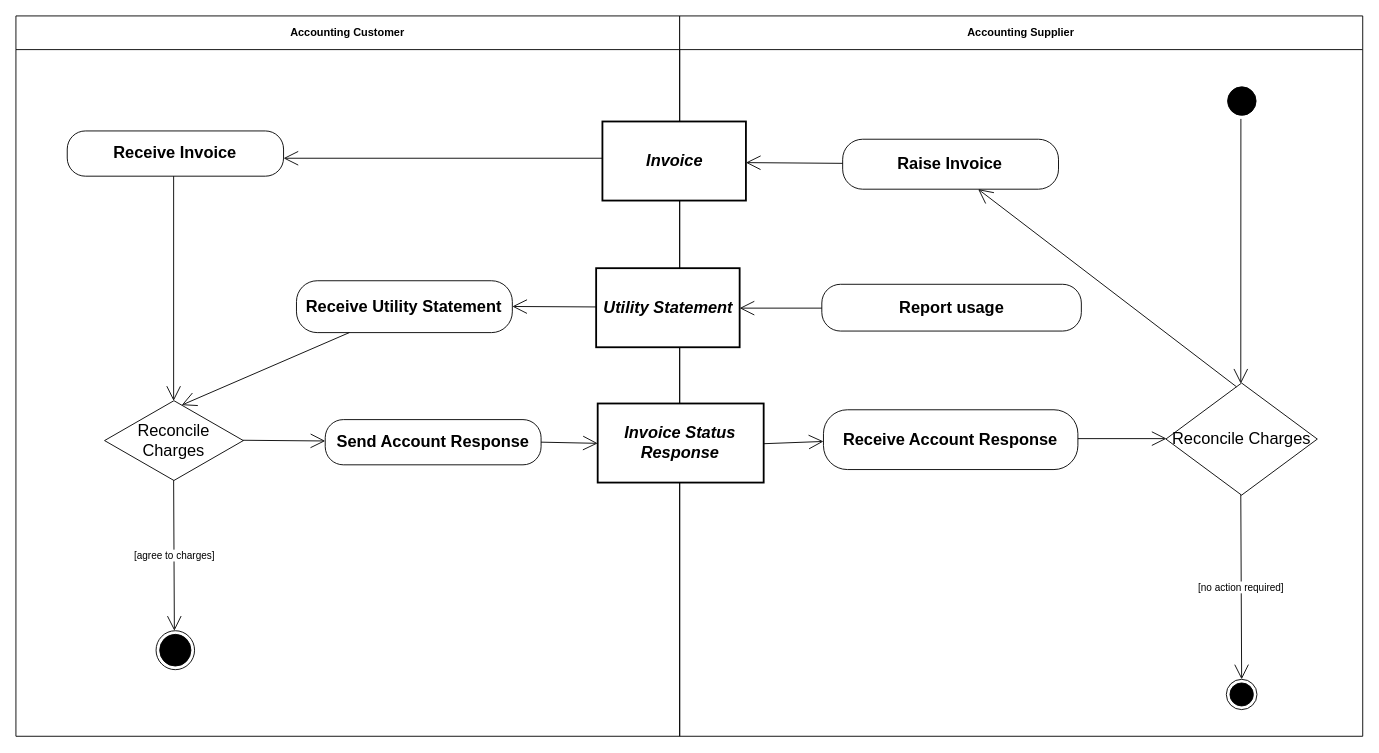
Before: diagrams/UBL-2.5-UtilityBillingProcess/UBL-2.5-UtilityBillingProcess.drawio in kduvekot/ubl-work-on-svg-images, a draw.io diagram. Source tidied: cells renumbered, new cells numbered last; positions are measured from the earlier drawing's top-left corner, leaving out a move shared by most shapes. Both pictures are drawn from the tidied source at 91%, with x=0, y=0 at pixel (15, 15).
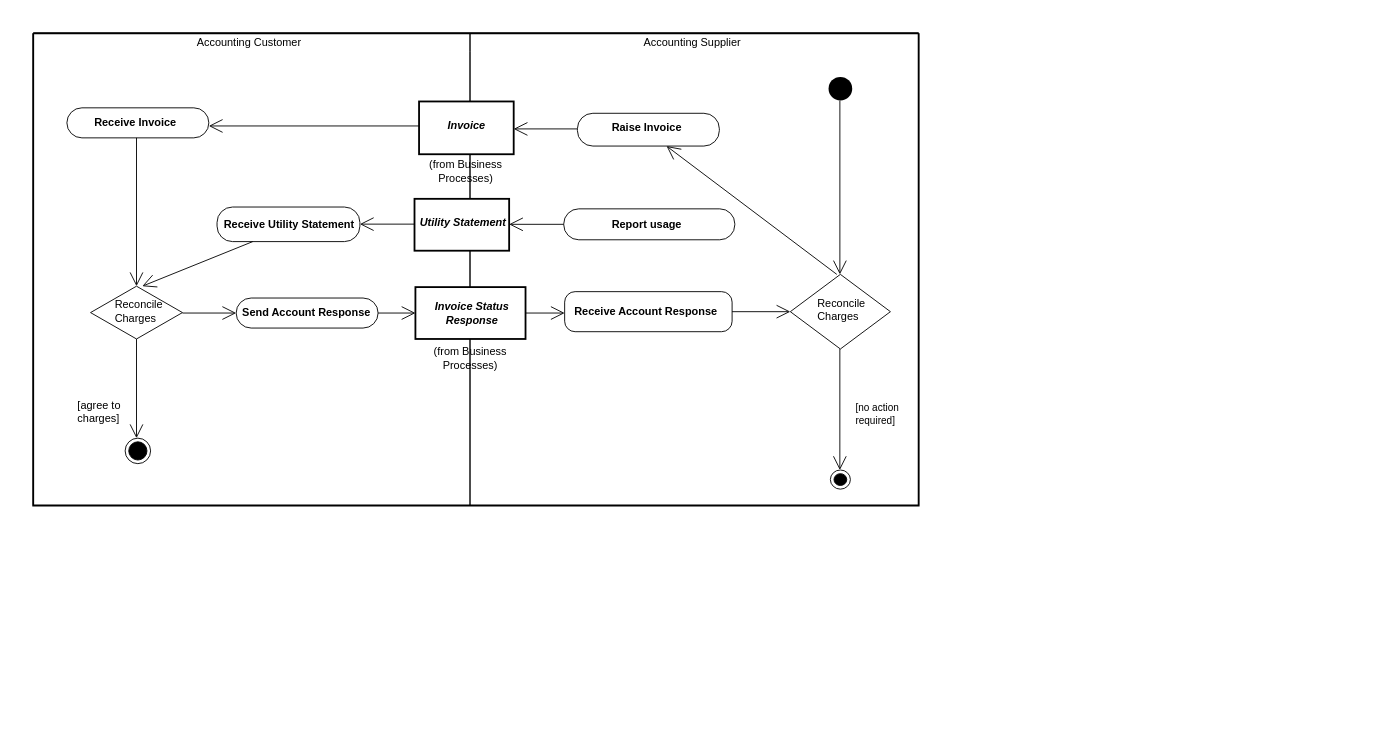
After the change.

Change to the diagram source:
```diff
@@
+    <mxCell id="32" style="swimlane;html=1;startSize=0;whiteSpace=wrap;fillColor=none;strokeWidth=2;" parent="1" vertex="1">
+      <mxGeometry x="19" y="19" width="973" height="519" as="geometry" />
+    </mxCell>
-    <mxCell id="2" value="Accounting Customer" style="swimlane;whiteSpace=wrap;html=1;startSize=37;" parent="1" vertex="1">
-      <mxGeometry width="729.4" height="791.6" as="geometry" />
+    <mxCell id="2" value="Accounting Customer" style="swimlane;horizontal=1;startSize=20;swimlaneLine=0;html=1;fillColor=none;fontSize=12;fontStyle=0;spacing=0;spacingRight=7;" parent="32" vertex="1">
+      <mxGeometry width="480" height="519" as="geometry" />
     </mxCell>
-    <mxCell id="3" value="Accounting Supplier" style="swimlane;whiteSpace=wrap;html=1;startSize=37;" parent="1" vertex="1">
-      <mxGeometry x="729.4" width="750.6" height="791.6" as="geometry" />
+    <mxCell id="3" value="Accounting Supplier" style="swimlane;horizontal=1;startSize=20;swimlaneLine=0;html=1;fillColor=none;fontSize=12;fontStyle=0;spacing=0;spacingRight=6;" parent="32" vertex="1">
+      <mxGeometry x="480" width="493" height="519" as="geometry" />
     </mxCell>
-    <mxCell id="4" style="ellipse;html=1;shape=startState;fillColor=#000000;strokeColor=#000000;fontFamily=Helvetica;fontSize=18;" parent="1" vertex="1">
-      <mxGeometry x="1327.5" y="73.9" width="39.3" height="39.3" as="geometry" />
+    <mxCell id="4" style="ellipse;shape=startState;fillColor=#000000;strokeColor=none;html=1;" parent="3" vertex="1">
+      <mxGeometry x="390" y="44" width="34" height="34" as="geometry" />
     </mxCell>
-    <mxCell id="5" value="Invoice" style="rounded=0;whiteSpace=wrap;html=1;fontStyle=3;strokeWidth=2;fontFamily=Helvetica;fontSize=18;" parent="1" vertex="1">
-      <mxGeometry x="644.5" y="116" width="157.7" height="86.9" as="geometry" />
+    <mxCell id="5" value="Invoice" style="rounded=0;html=1;whiteSpace=nowrap;fontSize=12;fontStyle=3;align=center;verticalAlign=middle;spacing=0;spacingRight=1;spacingBottom=4;strokeWidth=2;" parent="3" vertex="1">
+      <mxGeometry x="-56" y="75" width="104" height="58" as="geometry" />
     </mxCell>
-    <mxCell id="6" value="Receive Invoice" style="rounded=1;arcSize=40;whiteSpace=wrap;html=1;fontStyle=1;fontFamily=Helvetica;fontSize=18;" parent="1" vertex="1">
-      <mxGeometry x="56.4" y="126.4" width="237.7" height="49.7" as="geometry" />
+    <mxCell id="6" value="Receive Invoice" style="rounded=1;absoluteArcSize=1;arcSize=33;html=1;whiteSpace=nowrap;fontSize=12;fontStyle=1;align=center;verticalAlign=middle;spacing=0;spacingRight=6;spacingBottom=1;" parent="2" vertex="1">
+      <mxGeometry x="37" y="82" width="156" height="33" as="geometry" />
     </mxCell>
-    <mxCell id="7" value="Raise Invoice" style="rounded=1;arcSize=40;whiteSpace=wrap;html=1;fontStyle=1;fontFamily=Helvetica;fontSize=18;" parent="1" vertex="1">
-      <mxGeometry x="908.5" y="135.5" width="237.2" height="54.9" as="geometry" />
+    <mxCell id="7" value="Raise Invoice" style="rounded=1;absoluteArcSize=1;arcSize=34;html=1;whiteSpace=nowrap;fontSize=12;fontStyle=1;align=center;verticalAlign=middle;spacing=0;spacingRight=4;spacingBottom=4;" parent="3" vertex="1">
+      <mxGeometry x="118" y="88" width="156" height="36" as="geometry" />
     </mxCell>
-    <mxCell id="8" value="Utility Statement" style="rounded=0;whiteSpace=wrap;html=1;fontStyle=3;strokeWidth=2;fontFamily=Helvetica;fontSize=18;" parent="1" vertex="1">
-      <mxGeometry x="637.6" y="277.2" width="157.7" height="86.9" as="geometry" />
+    <mxCell id="8" value="Utility Statement" style="rounded=0;html=1;whiteSpace=nowrap;fontSize=12;fontStyle=3;align=center;verticalAlign=middle;spacing=0;spacingLeft=1;spacingBottom=5;strokeWidth=2;" parent="3" vertex="1">
+      <mxGeometry x="-61" y="182" width="104" height="57" as="geometry" />
     </mxCell>
-    <mxCell id="9" value="Receive Utility Statement" style="rounded=1;arcSize=40;whiteSpace=wrap;html=1;fontStyle=1;fontFamily=Helvetica;fontSize=18;" parent="1" vertex="1">
-      <mxGeometry x="308.3" y="291" width="237.2" height="57" as="geometry" />
+    <mxCell id="9" value="Receive Utility Statement" style="rounded=1;absoluteArcSize=1;arcSize=34;html=1;whiteSpace=nowrap;fontSize=12;fontStyle=1;align=center;verticalAlign=middle;spacing=0;spacingLeft=1;spacingBottom=1;" parent="2" vertex="1">
+      <mxGeometry x="202" y="191" width="157" height="38" as="geometry" />
     </mxCell>
-    <mxCell id="10" value="Report usage" style="rounded=1;arcSize=40;whiteSpace=wrap;html=1;fontStyle=1;fontFamily=Helvetica;fontSize=18;" parent="1" vertex="1">
-      <mxGeometry x="885.6" y="294.9" width="285.2" height="51.4" as="geometry" />
+    <mxCell id="10" value="Report usage" style="rounded=1;absoluteArcSize=1;arcSize=33;html=1;whiteSpace=nowrap;fontSize=12;fontStyle=1;align=center;verticalAlign=middle;spacing=0;spacingRight=6;spacingBottom=1;" parent="3" vertex="1">
+      <mxGeometry x="103" y="193" width="188" height="34" as="geometry" />
     </mxCell>
-    <mxCell id="11" value="Reconcile Charges" style="rhombus;whiteSpace=wrap;html=1;fontFamily=Helvetica;fontSize=18;" parent="1" vertex="1">
-      <mxGeometry x="1263.7" y="403.4" width="166.4" height="123.2" as="geometry" />
+    <mxCell id="11" value="Reconcile&lt;br&gt;Charges" style="rhombus;html=1;whiteSpace=nowrap;fontSize=12;fontStyle=0;align=left;verticalAlign=middle;spacing=0;spacingLeft=30;spacingBottom=5;" parent="3" vertex="1">
+      <mxGeometry x="352" y="265" width="110" height="82" as="geometry" />
     </mxCell>
-    <mxCell id="12" value="Reconcile Charges" style="rhombus;whiteSpace=wrap;html=1;fontFamily=Helvetica;fontSize=18;" parent="1" vertex="1">
-      <mxGeometry x="97.4" y="422.8" width="152.5" height="87.7" as="geometry" />
+    <mxCell id="12" value="Reconcile&lt;br&gt;Charges" style="rhombus;html=1;whiteSpace=nowrap;fontSize=12;fontStyle=0;align=left;verticalAlign=middle;spacing=0;spacingLeft=27;spacingBottom=3;" parent="2" vertex="1">
+      <mxGeometry x="63" y="278" width="101" height="58" as="geometry" />
     </mxCell>
-    <mxCell id="13" value="Invoice Status Response" style="rounded=0;whiteSpace=wrap;html=1;fontStyle=3;strokeWidth=2;fontFamily=Helvetica;fontSize=18;" parent="1" vertex="1">
-      <mxGeometry x="639.3" y="425.9" width="182.4" height="86.9" as="geometry" />
+    <mxCell id="13" value="Invoice Status&lt;br&gt;Response" style="rounded=0;html=1;whiteSpace=nowrap;fontSize=12;fontStyle=3;align=center;verticalAlign=middle;spacing=0;spacingLeft=2;strokeWidth=2;" parent="3" vertex="1">
+      <mxGeometry x="-60" y="279" width="121" height="57" as="geometry" />
     </mxCell>
-    <mxCell id="14" value="Receive Account Response" style="rounded=1;arcSize=40;whiteSpace=wrap;html=1;fontStyle=1;fontFamily=Helvetica;fontSize=18;" parent="1" vertex="1">
-      <mxGeometry x="887.4" y="432.8" width="279.6" height="65.7" as="geometry" />
+    <mxCell id="14" value="Receive Account Response" style="rounded=1;absoluteArcSize=1;arcSize=23;html=1;whiteSpace=nowrap;fontSize=12;fontStyle=1;align=center;verticalAlign=middle;spacing=0;spacingRight=6;" parent="3" vertex="1">
+      <mxGeometry x="104" y="284" width="184" height="44" as="geometry" />
     </mxCell>
-    <mxCell id="15" value="Send Account Response" style="rounded=1;arcSize=40;whiteSpace=wrap;html=1;fontStyle=1;fontFamily=Helvetica;fontSize=18;" parent="1" vertex="1">
-      <mxGeometry x="339.9" y="443.6" width="237.2" height="49.7" as="geometry" />
+    <mxCell id="15" value="Send Account Response" style="rounded=1;absoluteArcSize=1;arcSize=33;html=1;whiteSpace=nowrap;fontSize=12;fontStyle=1;align=center;verticalAlign=middle;spacing=0;spacingRight=2;spacingBottom=2;" parent="2" vertex="1">
+      <mxGeometry x="223" y="291" width="156" height="33" as="geometry" />
     </mxCell>
-    <mxCell id="16" style="ellipse;html=1;shape=endState;fillColor=#000000;strokeColor=#000000;fontFamily=Helvetica;fontSize=18;" parent="1" vertex="1">
-      <mxGeometry x="154" y="675.6" width="42.3" height="42.8" as="geometry" />
+    <mxCell id="16" style="ellipse;shape=endState;fillColor=#000000;html=1;" parent="2" vertex="1">
+      <mxGeometry x="101" y="445" width="28" height="28" as="geometry" />
     </mxCell>
-    <mxCell id="17" style="ellipse;html=1;shape=endState;fillColor=#000000;strokeColor=#000000;fontFamily=Helvetica;fontSize=18;" parent="1" vertex="1">
-      <mxGeometry x="1330.1" y="729" width="33.7" height="33.3" as="geometry" />
+    <mxCell id="17" style="ellipse;shape=endState;fillColor=#000000;html=1;" parent="3" vertex="1">
+      <mxGeometry x="396" y="480" width="22" height="21" as="geometry" />
     </mxCell>
-    <mxCell id="18" style="edgeStyle=none;rounded=0;html=1;endArrow=open;endFill=0;endSize=14;exitX=0.4707;exitY=1.0;entryX=0.4946;entryY=0.0;" parent="1" edge="1" source="4" target="11">
+    <mxCell id="18" style="edgeStyle=none;rounded=0;html=1;endArrow=open;endFill=0;endSize=13;exitPerimeter=0;entryX=0.495;entryY=0;entryPerimeter=0;exitX=0.483824;exitY=0.882;" parent="3" edge="1" source="4" target="11">
       <mxGeometry relative="1" as="geometry" />
     </mxCell>
-    <mxCell id="19" style="edgeStyle=none;rounded=0;html=1;endArrow=open;endFill=0;endSize=14;exitX=0.0;exitY=0.4649;entryX=1.0;entryY=0.6036;" parent="1" edge="1" source="5" target="6">
+    <mxCell id="19" style="edgeStyle=none;rounded=0;html=1;endArrow=open;endFill=0;endSize=13;exitPerimeter=0;entryX=1;entryY=0.6037;entryPerimeter=0;exitX=0;exitY=0.464174;" parent="32" edge="1" source="5" target="6">
       <mxGeometry relative="1" as="geometry" />
     </mxCell>
-    <mxCell id="20" style="edgeStyle=none;rounded=0;html=1;endArrow=open;endFill=0;endSize=14;exitX=0.0;exitY=0.4827;entryX=1.0;entryY=0.5201;" parent="1" edge="1" source="7" target="5">
+    <mxCell id="20" style="edgeStyle=none;rounded=0;html=1;endArrow=open;endFill=0;endSize=13;exitPerimeter=0;entryX=1;entryY=0.5201;entryPerimeter=0;exitX=0;exitY=0.476828;" parent="3" edge="1" source="7" target="5">
       <mxGeometry relative="1" as="geometry" />
     </mxCell>
-    <mxCell id="21" style="edgeStyle=none;rounded=0;html=1;endArrow=open;endFill=0;endSize=14;exitX=0.4918;exitY=1.0;entryX=0.4977;entryY=0.0;" parent="1" edge="1" source="6" target="12">
+    <mxCell id="21" style="edgeStyle=none;rounded=0;html=1;endArrow=open;endFill=0;endSize=13;exitPerimeter=0;entryX=0.5;entryY=0;entryPerimeter=0;exitX=0.490385;exitY=1;" parent="2" edge="1" source="6" target="12">
       <mxGeometry relative="1" as="geometry" />
     </mxCell>
-    <mxCell id="22" style="edgeStyle=none;rounded=0;html=1;endArrow=open;endFill=0;endSize=14;exitX=0.4639;exitY=0.0;entryX=0.6277;entryY=1.0;" parent="1" edge="1" source="11" target="7">
+    <mxCell id="22" style="edgeStyle=none;rounded=0;html=1;endArrow=open;endFill=0;endSize=13;exitX=0.464;exitY=0;exitPerimeter=0;entryX=0.6279;entryY=1;entryPerimeter=0;" parent="3" edge="1" source="11" target="7">
       <mxGeometry relative="1" as="geometry" />
     </mxCell>
-    <mxCell id="23" style="edgeStyle=none;rounded=0;html=1;endArrow=open;endFill=0;endSize=14;exitX=0.0;exitY=0.4902;entryX=1.0;entryY=0.4965;" parent="1" edge="1" source="8" target="9">
+    <mxCell id="23" style="edgeStyle=none;rounded=0;html=1;endArrow=open;endFill=0;endSize=13;exitPerimeter=0;entryX=1;entryY=0.4947;entryPerimeter=0;exitX=0;exitY=0.487695;" parent="32" edge="1" source="8" target="9">
       <mxGeometry relative="1" as="geometry" />
     </mxCell>
-    <mxCell id="24" style="edgeStyle=none;rounded=0;html=1;endArrow=open;endFill=0;endSize=14;exitX=0.0;exitY=0.5097;entryX=1.0;entryY=0.5052;" parent="1" edge="1" source="10" target="8">
+    <mxCell id="24" style="edgeStyle=none;rounded=0;html=1;endArrow=open;endFill=0;endSize=13;exitX=0;exitY=0.5;exitPerimeter=0;entryPerimeter=0;entryX=1;entryY=0.491228;" parent="3" edge="1" source="10" target="8">
       <mxGeometry relative="1" as="geometry" />
     </mxCell>
-    <mxCell id="25" style="edgeStyle=none;rounded=0;html=1;endArrow=open;endFill=0;endSize=14;exitX=0.2449;exitY=1.0;entryX=0.5626;entryY=0.0;" parent="1" edge="1" source="9" target="12">
+    <mxCell id="25" style="edgeStyle=none;rounded=0;html=1;endArrow=open;endFill=0;endSize=13;exitX=0.25;exitY=1;exitPerimeter=0;entryX=0.5626;entryY=0;entryPerimeter=0;" parent="2" edge="1" source="9" target="12">
       <mxGeometry relative="1" as="geometry" />
     </mxCell>
-    <mxCell id="26" style="edgeStyle=none;rounded=0;html=1;endArrow=open;endFill=0;endSize=14;exitX=1.0;exitY=0.4825;entryX=0.0;entryY=0.4959;" parent="1" edge="1" source="14" target="11">
+    <mxCell id="26" style="edgeStyle=none;rounded=0;html=1;endArrow=open;endFill=0;endSize=13;exitX=1;exitY=0.5;exitPerimeter=0;entryX=0;entryY=0.5;entryPerimeter=0;" parent="3" edge="1" source="14" target="11">
       <mxGeometry relative="1" as="geometry" />
     </mxCell>
-    <mxCell id="27" style="edgeStyle=none;rounded=0;html=1;endArrow=open;endFill=0;endSize=14;exitX=1.0;exitY=0.496;entryX=0.0;entryY=0.4728;" parent="1" edge="1" source="12" target="15">
+    <mxCell id="27" style="edgeStyle=none;rounded=0;html=1;endArrow=open;endFill=0;endSize=13;exitPerimeter=0;entryX=0;entryY=0.5;entryPerimeter=0;exitX=1;exitY=0.508621;" parent="2" edge="1" source="12" target="15">
       <mxGeometry relative="1" as="geometry" />
     </mxCell>
-    <mxCell id="28" style="edgeStyle=none;rounded=0;html=1;endArrow=open;endFill=0;endSize=14;exitX=1.0;exitY=0.5086;entryX=0.0;entryY=0.5297;" parent="1" edge="1" source="13" target="14">
+    <mxCell id="28" style="edgeStyle=none;rounded=0;html=1;endArrow=open;endFill=0;endSize=13;exitX=1;exitY=0.5;exitPerimeter=0;entryPerimeter=0;entryX=0;entryY=0.534091;" parent="3" edge="1" source="13" target="14">
       <mxGeometry relative="1" as="geometry" />
     </mxCell>
-    <mxCell id="29" style="edgeStyle=none;rounded=0;html=1;endArrow=open;endFill=0;endSize=14;exitX=1.0;exitY=0.499;entryX=0.0;entryY=0.504;" parent="1" edge="1" source="15" target="13">
+    <mxCell id="29" style="edgeStyle=none;rounded=0;html=1;endArrow=open;endFill=0;endSize=13;exitX=1;exitY=0.5;exitPerimeter=0;entryX=0;entryY=0.5;entryPerimeter=0;" parent="32" edge="1" source="15" target="13">
       <mxGeometry relative="1" as="geometry" />
     </mxCell>
-    <mxCell id="30" value="[agree to charges]" style="edgeStyle=none;rounded=0;html=1;endArrow=open;endFill=0;endSize=14;exitX=0.4977;exitY=1.0;entryX=0.4563;entryY=0.0;" parent="1" edge="1" source="12" target="16">
-      <mxGeometry relative="1" as="geometry" />
+    <mxCell id="30" value="[agree to&lt;br&gt;charges]" style="edgeStyle=none;rounded=0;html=1;endArrow=open;endFill=0;endSize=13;exitX=0.5;exitY=1;exitPerimeter=0;entryPerimeter=0;fontSize=12;fontStyle=0;align=left;verticalAlign=middle;labelBackgroundColor=none;entryX=0.446429;entryY=0;" parent="2" edge="1" source="12" target="16">
+      <mxGeometry x="0.46" relative="1" as="geometry">
+        <mxPoint x="-67" as="offset" />
+      </mxGeometry>
     </mxCell>
-    <mxCell id="31" value="[no action required]" style="edgeStyle=none;rounded=0;html=1;endArrow=open;endFill=0;endSize=14;exitX=0.4946;exitY=1.0;entryX=0.4718;entryY=0.0;" parent="1" edge="1" source="11" target="17">
-      <mxGeometry relative="1" as="geometry" />
+    <mxCell id="31" value="[no action&lt;br&gt;required]" style="edgeStyle=none;rounded=0;html=1;endArrow=open;endFill=0;endSize=13;exitPerimeter=0;entryX=0.473;entryY=0;entryPerimeter=0;fontSize=11;fontStyle=0;align=left;verticalAlign=middle;labelBackgroundColor=none;exitX=0.4946;exitY=1;" parent="3" edge="1" source="11" target="17">
+      <mxGeometry x="0.09" relative="1" as="geometry">
+        <mxPoint x="16" as="offset" />
+      </mxGeometry>
     </mxCell>
+    <mxCell id="33" value="(from Business&lt;br&gt;Processes)" style="text;html=1;fontSize=12;align=center;verticalAlign=middle;spacing=0;spacingLeft=2;spacingBottom=2;" parent="2" vertex="1">
+      <mxGeometry x="432" y="141" width="84" height="24" as="geometry" />
+    </mxCell>
+    <mxCell id="34" value="(from Business&lt;br&gt;Processes)" style="text;html=1;fontSize=12;align=center;verticalAlign=middle;spacing=0;spacingLeft=2;spacingBottom=2;" parent="2" vertex="1">
+      <mxGeometry x="437" y="346" width="84" height="24" as="geometry" />
+    </mxCell>
```
